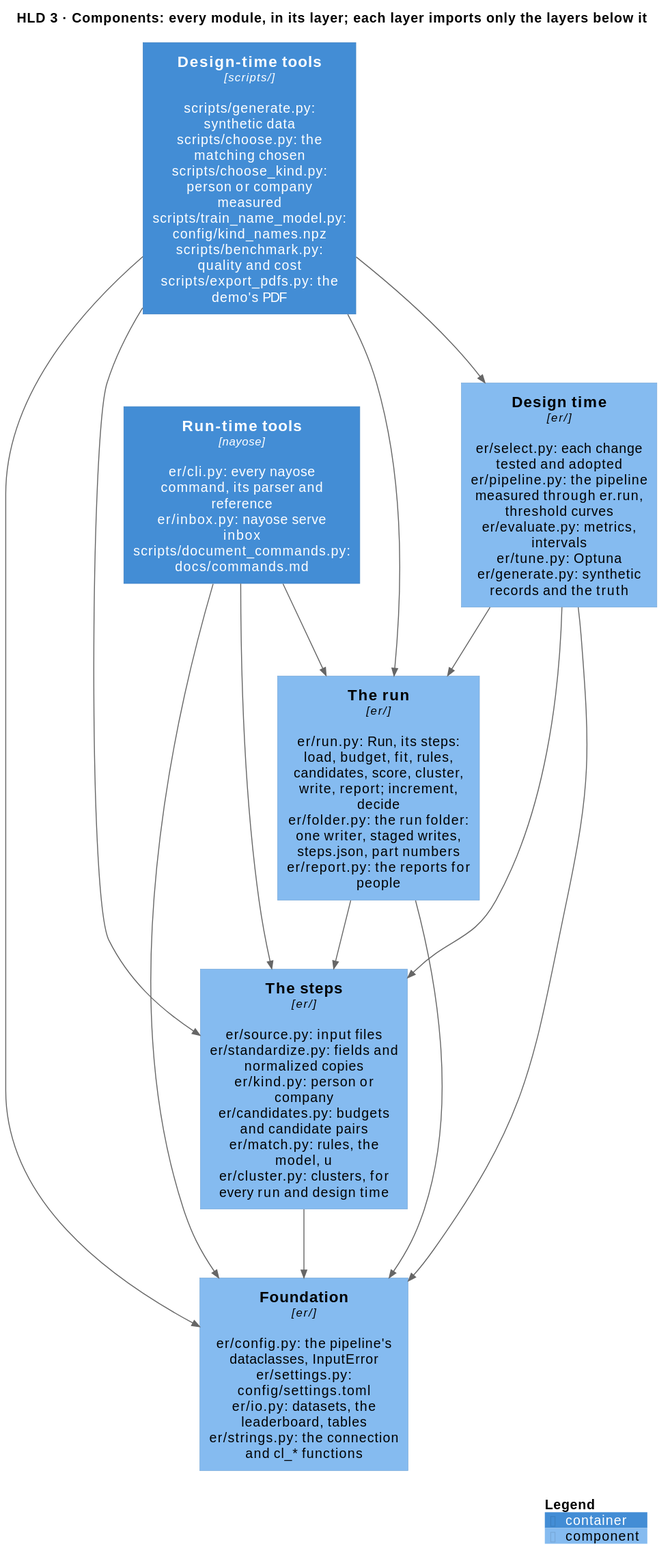
Above: docs/diagrams/components.svg in mvsbm/entity_matching (PlantUML), before the change.
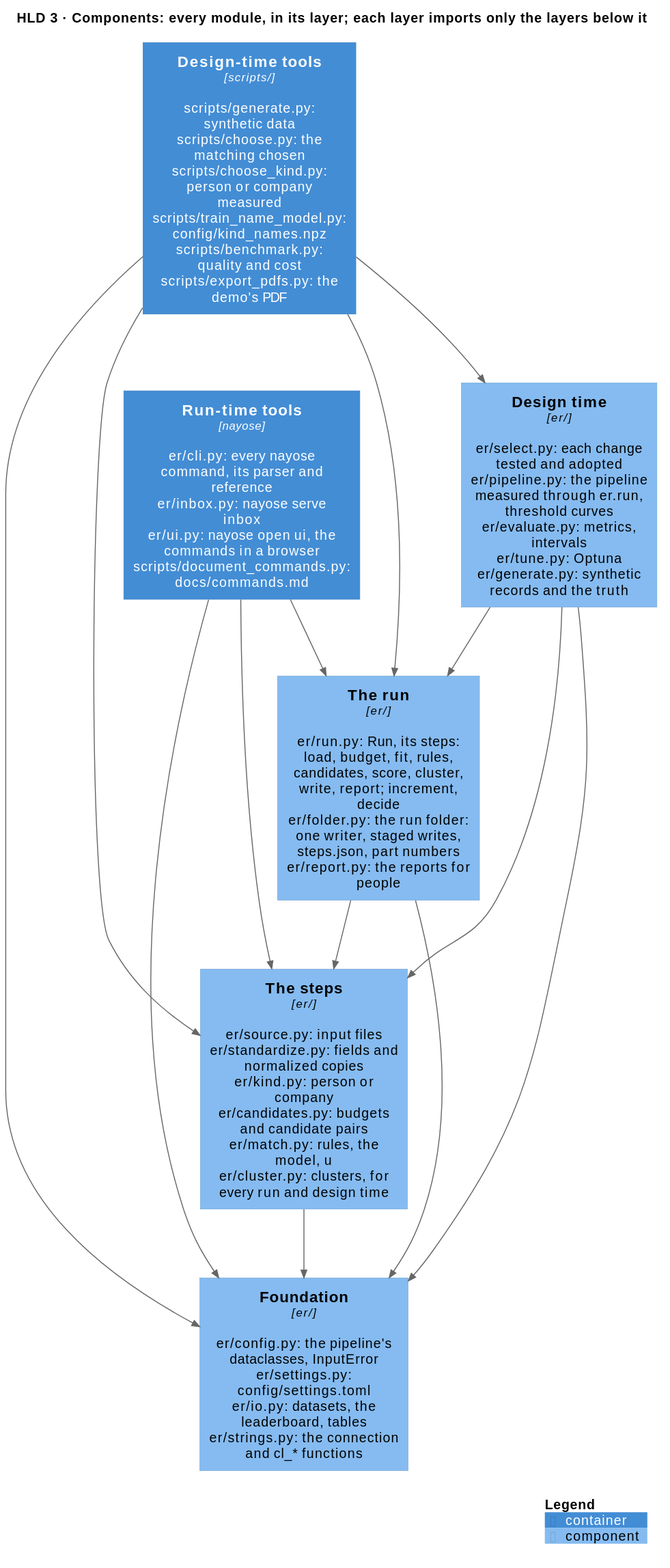
Later version of the same file.

Change to the diagram source:
```diff
@@ -4,7 +4,7 @@
 HIDE_STEREOTYPE()
 title HLD 3 · Components: every module, in its layer; each layer imports only the layers below it
 
-Container(tools_run, "Run-time tools", "nayose", "er/cli.py: every nayose command, its parser and reference\ner/inbox.py: nayose serve inbox\nscripts/document_commands.py: docs/commands.md")
+Container(tools_run, "Run-time tools", "nayose", "er/cli.py: every nayose command, its parser and reference\ner/inbox.py: nayose serve inbox\ner/ui.py: nayose open ui, the commands in a browser\nscripts/document_commands.py: docs/commands.md")
 Container(tools_design, "Design-time tools", "scripts/", "scripts/generate.py: synthetic data\nscripts/choose.py: the matching chosen\nscripts/choose_kind.py: person or company measured\nscripts/train_name_model.py: config/kind_names.npz\nscripts/benchmark.py: quality and cost\nscripts/export_pdfs.py: the demo's PDF")
 
 Component(run, "The run", "er/", "er/run.py: Run, its steps: load, budget, fit, rules, candidates, score, cluster, write, report; increment, decide\ner/folder.py: the run folder: one writer, staged writes, steps.json, part numbers\ner/report.py: the reports for people")
```
